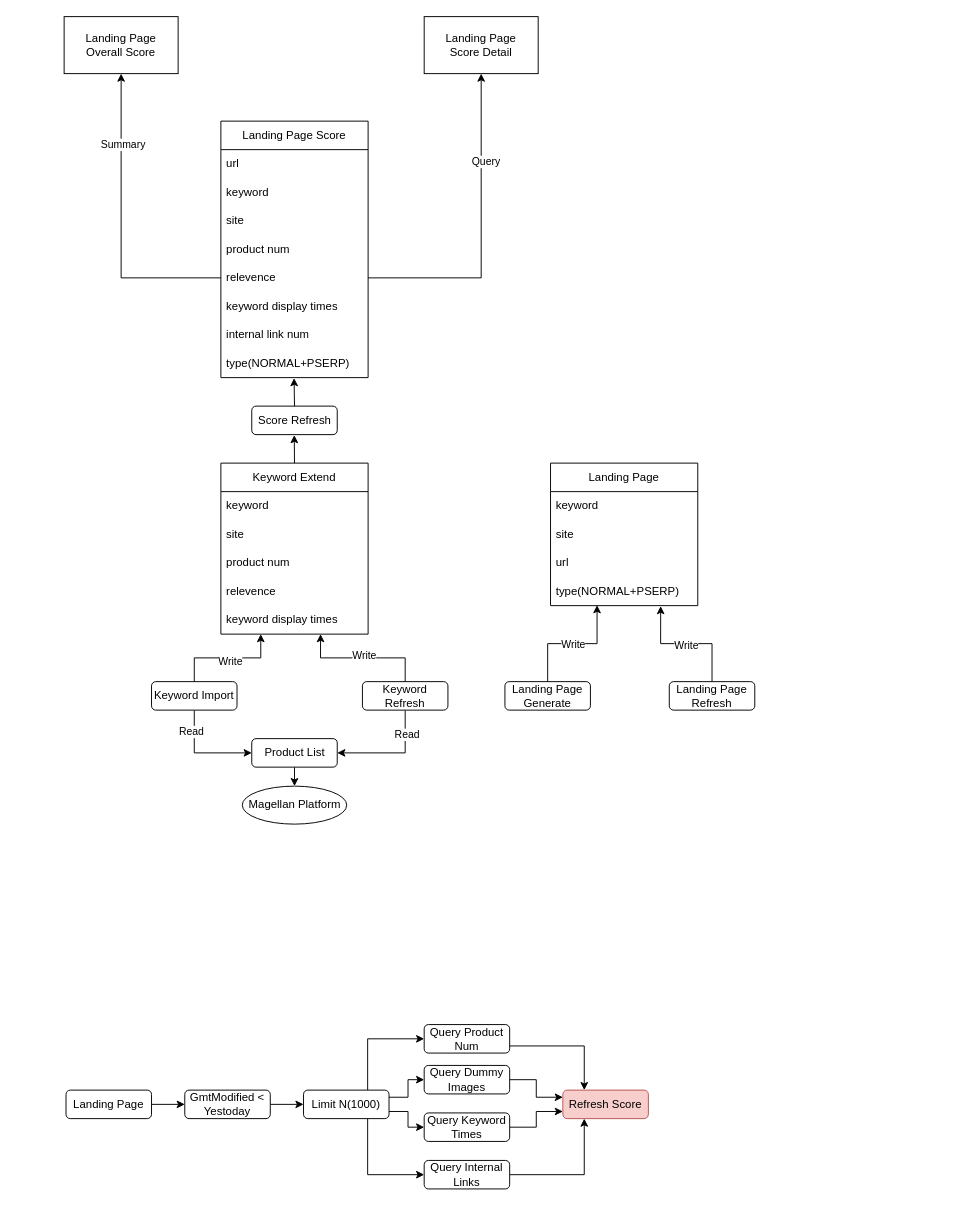
Before: drawio/page_score.drawio in VisableHarry/seo-drawio, a draw.io diagram. Source tidied: cells renumbered, new cells numbered last; positions are measured from the earlier drawing's top-left corner, leaving out a move shared by most shapes. Both pictures are drawn from the tidied source at 95%, with x=0, y=0 at pixel (64, 16).
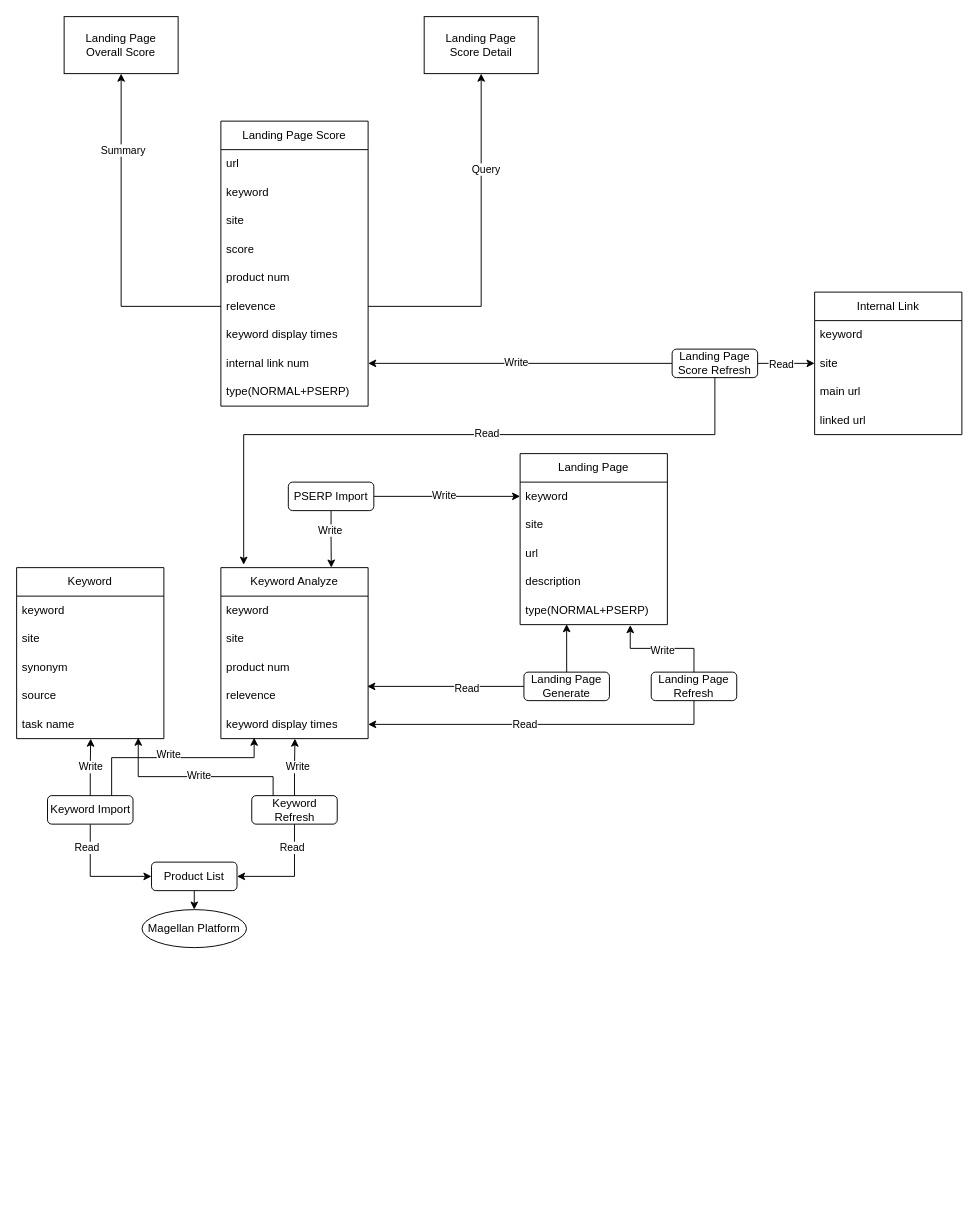
The same page after the edit.

Unchanged cells that the change refers to:
```xml
<mxCell id="45" value="relevence" style="text;strokeColor=none;fillColor=none;align=left;verticalAlign=middle;spacingLeft=4;spacingRight=4;overflow=hidden;points=[[0,0.5],[1,0.5]];portConstraint=eastwest;whiteSpace=wrap;html=1;" parent="41" vertex="1">
  <mxGeometry y="120" width="155" height="30" as="geometry" />
</mxCell>
<mxCell id="46" value="keyword display times" style="text;strokeColor=none;fillColor=none;align=left;verticalAlign=middle;spacingLeft=4;spacingRight=4;overflow=hidden;points=[[0,0.5],[1,0.5]];portConstraint=eastwest;whiteSpace=wrap;html=1;" parent="41" vertex="1">
  <mxGeometry y="150" width="155" height="30" as="geometry" />
</mxCell>
<mxCell id="51" value="keyword" style="text;strokeColor=none;fillColor=none;align=left;verticalAlign=middle;spacingLeft=4;spacingRight=4;overflow=hidden;points=[[0,0.5],[1,0.5]];portConstraint=eastwest;whiteSpace=wrap;html=1;" parent="50" vertex="1">
  <mxGeometry y="30" width="155" height="30" as="geometry" />
</mxCell>
<mxCell id="55" style="edgeStyle=orthogonalEdgeStyle;rounded=0;jettySize=auto;html=1;exitX=0.5;exitY=0;exitDx=0;exitDy=0;entryX=0.316;entryY=0.983;entryDx=0;entryDy=0;entryPerimeter=0;" parent="1" edge="1" source="57" target="54">
  <mxGeometry relative="1" as="geometry" />
</mxCell>
<mxCell id="61" style="edgeStyle=orthogonalEdgeStyle;rounded=0;jettySize=auto;html=1;exitX=0.5;exitY=1;exitDx=0;exitDy=0;entryX=1;entryY=0.5;entryDx=0;entryDy=0;" parent="1" edge="1" source="63" target="24">
  <mxGeometry relative="1" as="geometry" />
</mxCell>
```

Change to the diagram source:
```diff
@@
-    <mxCell id="2" style="edgeStyle=orthogonalEdgeStyle;rounded=0;jettySize=auto;html=1;exitX=1;exitY=0.5;exitDx=0;exitDy=0;entryX=0;entryY=0.5;entryDx=0;entryDy=0;" parent="1" edge="1" source="3" target="5">
-      <mxGeometry relative="1" as="geometry" />
-    </mxCell>
-    <mxCell id="3" value="Landing Page" style="rounded=1;whiteSpace=wrap;html=1;" parent="1" vertex="1">
-      <mxGeometry x="2" y="1130" width="90" height="30" as="geometry" />
-    </mxCell>
-    <mxCell id="4" style="edgeStyle=orthogonalEdgeStyle;rounded=0;jettySize=auto;html=1;exitX=1;exitY=0.5;exitDx=0;exitDy=0;entryX=0;entryY=0.5;entryDx=0;entryDy=0;" parent="1" edge="1" source="5" target="10">
-      <mxGeometry relative="1" as="geometry" />
-    </mxCell>
-    <mxCell id="5" value="GmtModified &amp;lt; Yestoday" style="rounded=1;whiteSpace=wrap;html=1;" parent="1" vertex="1">
-      <mxGeometry x="127" y="1130" width="90" height="30" as="geometry" />
-    </mxCell>
-    <mxCell id="6" style="edgeStyle=orthogonalEdgeStyle;rounded=0;jettySize=auto;html=1;exitX=0.75;exitY=0;exitDx=0;exitDy=0;entryX=0;entryY=0.5;entryDx=0;entryDy=0;" parent="1" edge="1" source="10" target="12">
-      <mxGeometry relative="1" as="geometry" />
-    </mxCell>
-    <mxCell id="7" style="edgeStyle=orthogonalEdgeStyle;rounded=0;jettySize=auto;html=1;exitX=1;exitY=0.25;exitDx=0;exitDy=0;entryX=0;entryY=0.5;entryDx=0;entryDy=0;" parent="1" edge="1" source="10" target="15">
-      <mxGeometry relative="1" as="geometry" />
-    </mxCell>
-    <mxCell id="8" style="edgeStyle=orthogonalEdgeStyle;rounded=0;jettySize=auto;html=1;exitX=1;exitY=0.75;exitDx=0;exitDy=0;entryX=0;entryY=0.5;entryDx=0;entryDy=0;" parent="1" edge="1" source="10" target="17">
-      <mxGeometry relative="1" as="geometry" />
-    </mxCell>
-    <mxCell id="9" style="edgeStyle=orthogonalEdgeStyle;rounded=0;jettySize=auto;html=1;exitX=0.75;exitY=1;exitDx=0;exitDy=0;entryX=0;entryY=0.5;entryDx=0;entryDy=0;" parent="1" edge="1" source="10" target="19">
-      <mxGeometry relative="1" as="geometry" />
-    </mxCell>
-    <mxCell id="10" value="Limit N(1000)" style="rounded=1;whiteSpace=wrap;html=1;" parent="1" vertex="1">
-      <mxGeometry x="252" y="1130" width="90" height="30" as="geometry" />
-    </mxCell>
-    <mxCell id="11" style="edgeStyle=orthogonalEdgeStyle;rounded=0;jettySize=auto;html=1;exitX=1;exitY=0.75;exitDx=0;exitDy=0;entryX=0.25;entryY=0;entryDx=0;entryDy=0;" parent="1" edge="1" source="12" target="13">
-      <mxGeometry relative="1" as="geometry" />
-    </mxCell>
-    <mxCell id="12" value="Query Product Num" style="rounded=1;whiteSpace=wrap;html=1;" parent="1" vertex="1">
-      <mxGeometry x="379" y="1061" width="90" height="30" as="geometry" />
-    </mxCell>
-    <mxCell id="13" value="Refresh Score" style="rounded=1;whiteSpace=wrap;html=1;fillColor=#f8cecc;strokeColor=#b85450;" parent="1" vertex="1">
-      <mxGeometry x="525" y="1130" width="90" height="30" as="geometry" />
-    </mxCell>
-    <mxCell id="14" style="edgeStyle=orthogonalEdgeStyle;rounded=0;jettySize=auto;html=1;exitX=1;exitY=0.5;exitDx=0;exitDy=0;entryX=0;entryY=0.25;entryDx=0;entryDy=0;" parent="1" edge="1" source="15" target="13">
-      <mxGeometry relative="1" as="geometry" />
-    </mxCell>
-    <mxCell id="15" value="Query Dummy Images" style="rounded=1;whiteSpace=wrap;html=1;" parent="1" vertex="1">
-      <mxGeometry x="379" y="1104" width="90" height="30" as="geometry" />
-    </mxCell>
-    <mxCell id="16" style="edgeStyle=orthogonalEdgeStyle;rounded=0;jettySize=auto;html=1;exitX=1;exitY=0.5;exitDx=0;exitDy=0;entryX=0;entryY=0.75;entryDx=0;entryDy=0;" parent="1" edge="1" source="17" target="13">
-      <mxGeometry relative="1" as="geometry" />
-    </mxCell>
-    <mxCell id="17" value="Query Keyword Times" style="rounded=1;whiteSpace=wrap;html=1;" parent="1" vertex="1">
-      <mxGeometry x="379" y="1154" width="90" height="30" as="geometry" />
-    </mxCell>
-    <mxCell id="18" style="edgeStyle=orthogonalEdgeStyle;rounded=0;jettySize=auto;html=1;exitX=1;exitY=0.5;exitDx=0;exitDy=0;entryX=0.25;entryY=1;entryDx=0;entryDy=0;" parent="1" edge="1" source="19" target="13">
-      <mxGeometry relative="1" as="geometry" />
-    </mxCell>
-    <mxCell id="19" value="Query Internal Links" style="rounded=1;whiteSpace=wrap;html=1;" parent="1" vertex="1">
-      <mxGeometry x="379" y="1204" width="90" height="30" as="geometry" />
-    </mxCell>
@@
     <mxCell id="22" value="Keyword Import" style="rounded=1;whiteSpace=wrap;html=1;" parent="1" vertex="1">
-      <mxGeometry x="92" y="700" width="90" height="30" as="geometry" />
+      <mxGeometry x="-17.5" y="820" width="90" height="30" as="geometry" />
     </mxCell>
@@
     <mxCell id="24" value="Product List" style="rounded=1;whiteSpace=wrap;html=1;" parent="1" vertex="1">
-      <mxGeometry x="197.5" y="760" width="90" height="30" as="geometry" />
+      <mxGeometry x="92" y="890" width="90" height="30" as="geometry" />
     </mxCell>
     <mxCell id="25" value="Magellan Platform" style="ellipse;whiteSpace=wrap;html=1;" parent="1" vertex="1">
-      <mxGeometry x="187.5" y="810" width="110" height="40" as="geometry" />
+      <mxGeometry x="82" y="940" width="110" height="40" as="geometry" />
     </mxCell>
@@
     <mxCell id="28" value="Landing Page Score" style="swimlane;fontStyle=0;horizontal=1;startSize=30;whiteSpace=wrap;html=1;" parent="1" vertex="1">
-      <mxGeometry x="165" y="110" width="155" height="270" as="geometry" />
+      <mxGeometry x="165" y="110" width="155" height="300" as="geometry" />
     </mxCell>
@@
+    <mxCell id="68" value="score" style="text;strokeColor=none;fillColor=none;align=left;verticalAlign=middle;spacingLeft=4;spacingRight=4;overflow=hidden;whiteSpace=wrap;html=1;" parent="28" vertex="1">
+      <mxGeometry y="120" width="155" height="30" as="geometry" />
+    </mxCell>
     <mxCell id="32" value="product num" style="text;strokeColor=none;fillColor=none;align=left;verticalAlign=middle;spacingLeft=4;spacingRight=4;overflow=hidden;whiteSpace=wrap;html=1;" parent="28" vertex="1">
-      <mxGeometry y="120" width="155" height="30" as="geometry" />
+      <mxGeometry y="150" width="155" height="30" as="geometry" />
     </mxCell>
     <mxCell id="33" value="relevence" style="text;strokeColor=none;fillColor=none;align=left;verticalAlign=middle;spacingLeft=4;spacingRight=4;overflow=hidden;points=[[0,0.5],[1,0.5]];portConstraint=eastwest;whiteSpace=wrap;html=1;" parent="28" vertex="1">
-      <mxGeometry y="150" width="155" height="30" as="geometry" />
+      <mxGeometry y="180" width="155" height="30" as="geometry" />
     </mxCell>
     <mxCell id="34" value="keyword display times" style="text;strokeColor=none;fillColor=none;align=left;verticalAlign=middle;spacingLeft=4;spacingRight=4;overflow=hidden;whiteSpace=wrap;html=1;" parent="28" vertex="1">
-      <mxGeometry y="180" width="155" height="30" as="geometry" />
+      <mxGeometry y="210" width="155" height="30" as="geometry" />
     </mxCell>
     <mxCell id="35" value="internal link num" style="text;strokeColor=none;fillColor=none;align=left;verticalAlign=middle;spacingLeft=4;spacingRight=4;overflow=hidden;points=[[0,0.5],[1,0.5]];portConstraint=eastwest;whiteSpace=wrap;html=1;" parent="28" vertex="1">
-      <mxGeometry y="210" width="155" height="30" as="geometry" />
+      <mxGeometry y="240" width="155" height="30" as="geometry" />
     </mxCell>
     <mxCell id="36" value="type(NORMAL+PSERP)" style="text;strokeColor=none;fillColor=none;align=left;verticalAlign=middle;spacingLeft=4;spacingRight=4;overflow=hidden;points=[[0,0.5],[1,0.5]];portConstraint=eastwest;whiteSpace=wrap;html=1;" parent="28" vertex="1">
-      <mxGeometry y="240" width="155" height="30" as="geometry" />
+      <mxGeometry y="270" width="155" height="30" as="geometry" />
     </mxCell>
@@
-    <mxCell id="41" value="Keyword Extend" style="swimlane;fontStyle=0;horizontal=1;startSize=30;whiteSpace=wrap;html=1;" parent="1" vertex="1">
-      <mxGeometry x="165" y="470" width="155" height="180" as="geometry" />
+    <mxCell id="41" value="Keyword Analyze" style="swimlane;fontStyle=0;horizontal=1;startSize=30;whiteSpace=wrap;html=1;" parent="1" vertex="1">
+      <mxGeometry x="165" y="580" width="155" height="180" as="geometry" />
     </mxCell>
@@
-    <mxCell id="47" style="edgeStyle=orthogonalEdgeStyle;rounded=0;jettySize=auto;html=1;exitX=0.5;exitY=0;exitDx=0;exitDy=0;entryX=0.497;entryY=1.017;entryDx=0;entryDy=0;entryPerimeter=0;" parent="1" edge="1" source="49" target="36">
-      <mxGeometry relative="1" as="geometry" />
-    </mxCell>
-    <mxCell id="48" style="edgeStyle=orthogonalEdgeStyle;rounded=0;jettySize=auto;html=1;exitX=0.5;exitY=0;exitDx=0;exitDy=0;entryX=0.497;entryY=1.017;entryDx=0;entryDy=0;entryPerimeter=0;" parent="1" edge="1" source="41" target="49">
-      <mxGeometry relative="1" as="geometry" />
-    </mxCell>
+    <mxCell id="69" style="edgeStyle=orthogonalEdgeStyle;rounded=0;jettySize=auto;html=1;exitX=0;exitY=0.5;exitDx=0;exitDy=0;entryX=1;entryY=0.5;entryDx=0;entryDy=0;" parent="1" edge="1" source="49" target="35">
+      <mxGeometry relative="1" as="geometry" />
+    </mxCell>
+    <mxCell id="70" value="Write" style="edgeLabel;html=1;align=center;verticalAlign=middle;" parent="69" vertex="1">
+      <mxGeometry x="0.03" y="-2" relative="1" as="geometry" />
+    </mxCell>
+    <mxCell id="71" style="edgeStyle=orthogonalEdgeStyle;rounded=0;jettySize=auto;html=1;exitX=1;exitY=0.5;exitDx=0;exitDy=0;" parent="1" edge="1" source="49" target="92">
+      <mxGeometry relative="1" as="geometry" />
+    </mxCell>
+    <mxCell id="72" value="Read" style="edgeLabel;html=1;align=center;verticalAlign=middle;" parent="71" vertex="1">
+      <mxGeometry x="-0.2" y="1" relative="1" as="geometry">
+        <mxPoint y="1" as="offset" />
+      </mxGeometry>
+    </mxCell>
-    <mxCell id="49" value="Score Refresh" style="rounded=1;whiteSpace=wrap;html=1;" parent="1" vertex="1">
-      <mxGeometry x="197.5" y="410" width="90" height="30" as="geometry" />
+    <mxCell id="49" value="Landing Page Score Refresh" style="rounded=1;whiteSpace=wrap;html=1;" parent="1" vertex="1">
+      <mxGeometry x="640" y="350" width="90" height="30" as="geometry" />
     </mxCell>
     <mxCell id="50" value="Landing Page" style="swimlane;fontStyle=0;horizontal=1;startSize=30;whiteSpace=wrap;html=1;" parent="1" vertex="1">
-      <mxGeometry x="512" y="470" width="155" height="150" as="geometry" />
+      <mxGeometry x="480" y="460" width="155" height="180" as="geometry" />
     </mxCell>
@@
+    <mxCell id="73" value="description" style="text;strokeColor=none;fillColor=none;align=left;verticalAlign=middle;spacingLeft=4;spacingRight=4;overflow=hidden;whiteSpace=wrap;html=1;" parent="50" vertex="1">
+      <mxGeometry y="120" width="155" height="30" as="geometry" />
+    </mxCell>
     <mxCell id="54" value="type(NORMAL+PSERP)" style="text;strokeColor=none;fillColor=none;align=left;verticalAlign=middle;spacingLeft=4;spacingRight=4;overflow=hidden;points=[[0,0.5],[1,0.5]];portConstraint=eastwest;whiteSpace=wrap;html=1;" parent="50" vertex="1">
-      <mxGeometry y="120" width="155" height="30" as="geometry" />
+      <mxGeometry y="150" width="155" height="30" as="geometry" />
     </mxCell>
@@
-    <mxCell id="56" value="Write" style="edgeLabel;html=1;align=center;verticalAlign=middle;" parent="55" vertex="1">
-      <mxGeometry y="1" relative="1" as="geometry">
-        <mxPoint y="1" as="offset" />
-      </mxGeometry>
-    </mxCell>
+    <mxCell id="74" style="edgeStyle=orthogonalEdgeStyle;rounded=0;jettySize=auto;html=1;exitX=0;exitY=0.5;exitDx=0;exitDy=0;entryX=0.994;entryY=0.167;entryDx=0;entryDy=0;entryPerimeter=0;" parent="1" edge="1" source="57" target="45">
+      <mxGeometry relative="1" as="geometry" />
+    </mxCell>
+    <mxCell id="75" value="Read" style="edgeLabel;html=1;align=center;verticalAlign=middle;" parent="74" vertex="1">
+      <mxGeometry x="-0.26" y="1" relative="1" as="geometry" />
+    </mxCell>
     <mxCell id="57" value="Landing Page Generate" style="rounded=1;whiteSpace=wrap;html=1;" parent="1" vertex="1">
-      <mxGeometry x="464" y="700" width="90" height="30" as="geometry" />
+      <mxGeometry x="484" y="690" width="90" height="30" as="geometry" />
     </mxCell>
+    <mxCell id="76" style="edgeStyle=orthogonalEdgeStyle;rounded=0;jettySize=auto;html=1;exitX=0.5;exitY=1;exitDx=0;exitDy=0;entryX=1;entryY=0.5;entryDx=0;entryDy=0;" parent="1" edge="1" source="58" target="46">
+      <mxGeometry relative="1" as="geometry" />
+    </mxCell>
+    <mxCell id="77" value="Read" style="edgeLabel;html=1;align=center;verticalAlign=middle;" parent="76" vertex="1">
+      <mxGeometry x="0.11" y="-1" relative="1" as="geometry" />
+    </mxCell>
     <mxCell id="58" value="Landing Page Refresh" style="rounded=1;whiteSpace=wrap;html=1;" parent="1" vertex="1">
-      <mxGeometry x="637" y="700" width="90" height="30" as="geometry" />
+      <mxGeometry x="618" y="690" width="90" height="30" as="geometry" />
     </mxCell>
@@
-    <mxCell id="62" value="Read" style="edgeLabel;html=1;align=center;verticalAlign=middle;" parent="61" vertex="1">
-      <mxGeometry x="-0.57" y="1" relative="1" as="geometry" />
-    </mxCell>
+    <mxCell id="78" value="Read" style="edgeLabel;html=1;align=center;verticalAlign=middle;" parent="61" vertex="1">
+      <mxGeometry x="-0.58" y="-3" relative="1" as="geometry" />
+    </mxCell>
     <mxCell id="63" value="Keyword Refresh" style="rounded=1;whiteSpace=wrap;html=1;" parent="1" vertex="1">
-      <mxGeometry x="314" y="700" width="90" height="30" as="geometry" />
+      <mxGeometry x="197.5" y="820" width="90" height="30" as="geometry" />
     </mxCell>
+    <mxCell id="79" value="Keyword" style="swimlane;fontStyle=0;horizontal=1;startSize=30;whiteSpace=wrap;html=1;" parent="1" vertex="1">
+      <mxGeometry x="-50" y="580" width="155" height="180" as="geometry" />
+    </mxCell>
+    <mxCell id="80" value="keyword" style="text;strokeColor=none;fillColor=none;align=left;verticalAlign=middle;spacingLeft=4;spacingRight=4;overflow=hidden;whiteSpace=wrap;html=1;" parent="79" vertex="1">
+      <mxGeometry y="30" width="155" height="30" as="geometry" />
+    </mxCell>
+    <mxCell id="81" value="site" style="text;strokeColor=none;fillColor=none;align=left;verticalAlign=middle;spacingLeft=4;spacingRight=4;overflow=hidden;whiteSpace=wrap;html=1;" parent="79" vertex="1">
+      <mxGeometry y="60" width="155" height="30" as="geometry" />
+    </mxCell>
+    <mxCell id="82" value="synonym" style="text;strokeColor=none;fillColor=none;align=left;verticalAlign=middle;spacingLeft=4;spacingRight=4;overflow=hidden;whiteSpace=wrap;html=1;" parent="79" vertex="1">
+      <mxGeometry y="90" width="155" height="30" as="geometry" />
+    </mxCell>
+    <mxCell id="83" value="source" style="text;strokeColor=none;fillColor=none;align=left;verticalAlign=middle;spacingLeft=4;spacingRight=4;overflow=hidden;whiteSpace=wrap;html=1;" parent="79" vertex="1">
+      <mxGeometry y="120" width="155" height="30" as="geometry" />
+    </mxCell>
+    <mxCell id="84" value="task name" style="text;strokeColor=none;fillColor=none;align=left;verticalAlign=middle;spacingLeft=4;spacingRight=4;overflow=hidden;points=[[0,0.5],[1,0.5]];portConstraint=eastwest;whiteSpace=wrap;html=1;" parent="79" vertex="1">
+      <mxGeometry y="150" width="155" height="30" as="geometry" />
+    </mxCell>
+    <mxCell id="66" style="edgeStyle=orthogonalEdgeStyle;rounded=0;jettySize=auto;html=1;exitX=0.5;exitY=0;exitDx=0;exitDy=0;entryX=0.503;entryY=1;entryDx=0;entryDy=0;entryPerimeter=0;" parent="1" edge="1" source="63" target="46">
+      <mxGeometry relative="1" as="geometry" />
+    </mxCell>
+    <mxCell id="85" value="Write" style="edgeLabel;html=1;align=center;verticalAlign=middle;" parent="66" vertex="1">
+      <mxGeometry x="0.04" y="-3" relative="1" as="geometry" />
+    </mxCell>
+    <mxCell id="86" value="Write" style="edgeStyle=orthogonalEdgeStyle;rounded=0;jettySize=auto;html=1;exitX=0.5;exitY=0;exitDx=0;exitDy=0;entryX=0.503;entryY=1;entryDx=0;entryDy=0;entryPerimeter=0;" parent="1" edge="1" source="22" target="84">
+      <mxGeometry relative="1" as="geometry" />
+    </mxCell>
-    <mxCell id="64" style="edgeStyle=orthogonalEdgeStyle;rounded=0;jettySize=auto;html=1;exitX=0.5;exitY=0;exitDx=0;exitDy=0;entryX=0.271;entryY=1;entryDx=0;entryDy=0;entryPerimeter=0;" parent="1" edge="1" source="22" target="46">
-      <mxGeometry relative="1" as="geometry" />
+    <mxCell id="64" style="edgeStyle=orthogonalEdgeStyle;rounded=0;jettySize=auto;html=1;exitX=0.75;exitY=0;exitDx=0;exitDy=0;entryX=0.226;entryY=0.967;entryDx=0;entryDy=0;entryPerimeter=0;" parent="1" edge="1" source="22" target="46">
+      <mxGeometry relative="1" as="geometry">
+        <Array as="points">
+          <mxPoint x="50" y="780" />
+          <mxPoint x="200" y="780" />
+        </Array>
+      </mxGeometry>
     </mxCell>
-    <mxCell id="65" value="Write" style="edgeLabel;html=1;align=center;verticalAlign=middle;" parent="64" vertex="1">
-      <mxGeometry x="0.03" y="-3" relative="1" as="geometry" />
-    </mxCell>
-    <mxCell id="66" style="edgeStyle=orthogonalEdgeStyle;rounded=0;jettySize=auto;html=1;exitX=0.5;exitY=0;exitDx=0;exitDy=0;entryX=0.677;entryY=1;entryDx=0;entryDy=0;entryPerimeter=0;" parent="1" edge="1" source="63" target="46">
-      <mxGeometry relative="1" as="geometry" />
-    </mxCell>
-    <mxCell id="67" value="Write" style="edgeLabel;html=1;align=center;verticalAlign=middle;" parent="66" vertex="1">
-      <mxGeometry x="-0.01" y="-3" relative="1" as="geometry" />
-    </mxCell>
+    <mxCell id="87" value="Write" style="edgeLabel;html=1;align=center;verticalAlign=middle;" parent="64" vertex="1">
+      <mxGeometry x="-0.06" y="4" relative="1" as="geometry" />
+    </mxCell>
+    <mxCell id="88" style="edgeStyle=orthogonalEdgeStyle;rounded=0;jettySize=auto;html=1;exitX=0.25;exitY=0;exitDx=0;exitDy=0;entryX=0.826;entryY=0.967;entryDx=0;entryDy=0;entryPerimeter=0;" parent="1" edge="1" source="63" target="84">
+      <mxGeometry relative="1" as="geometry">
+        <Array as="points">
+          <mxPoint x="220" y="800" />
+          <mxPoint x="78" y="800" />
+        </Array>
+      </mxGeometry>
+    </mxCell>
+    <mxCell id="89" value="Write" style="edgeLabel;html=1;align=center;verticalAlign=middle;" parent="88" vertex="1">
+      <mxGeometry x="-0.02" y="-2" relative="1" as="geometry" />
+    </mxCell>
+    <mxCell id="90" value="Internal Link" style="swimlane;fontStyle=0;horizontal=1;startSize=30;whiteSpace=wrap;html=1;" parent="1" vertex="1">
+      <mxGeometry x="790" y="290" width="155" height="150" as="geometry" />
+    </mxCell>
+    <mxCell id="91" value="keyword" style="text;strokeColor=none;fillColor=none;align=left;verticalAlign=middle;spacingLeft=4;spacingRight=4;overflow=hidden;whiteSpace=wrap;html=1;" parent="90" vertex="1">
+      <mxGeometry y="30" width="155" height="30" as="geometry" />
+    </mxCell>
+    <mxCell id="92" value="site" style="text;strokeColor=none;fillColor=none;align=left;verticalAlign=middle;spacingLeft=4;spacingRight=4;overflow=hidden;points=[[0,0.5],[1,0.5]];portConstraint=eastwest;whiteSpace=wrap;html=1;" parent="90" vertex="1">
+      <mxGeometry y="60" width="155" height="30" as="geometry" />
+    </mxCell>
+    <mxCell id="93" value="main url" style="text;strokeColor=none;fillColor=none;align=left;verticalAlign=middle;spacingLeft=4;spacingRight=4;overflow=hidden;whiteSpace=wrap;html=1;" parent="90" vertex="1">
+      <mxGeometry y="90" width="155" height="30" as="geometry" />
+    </mxCell>
+    <mxCell id="94" value="linked url" style="text;strokeColor=none;fillColor=none;align=left;verticalAlign=middle;spacingLeft=4;spacingRight=4;overflow=hidden;whiteSpace=wrap;html=1;" parent="90" vertex="1">
+      <mxGeometry y="120" width="155" height="30" as="geometry" />
+    </mxCell>
+    <mxCell id="95" style="edgeStyle=orthogonalEdgeStyle;rounded=0;jettySize=auto;html=1;exitX=1;exitY=0.5;exitDx=0;exitDy=0;entryX=0;entryY=0.5;entryDx=0;entryDy=0;" parent="1" edge="1" source="99" target="51">
+      <mxGeometry relative="1" as="geometry" />
+    </mxCell>
+    <mxCell id="96" value="Write" style="edgeLabel;html=1;align=center;verticalAlign=middle;" parent="95" vertex="1">
+      <mxGeometry x="-0.05" y="3" relative="1" as="geometry">
+        <mxPoint y="1" as="offset" />
+      </mxGeometry>
+    </mxCell>
+    <mxCell id="97" style="edgeStyle=orthogonalEdgeStyle;rounded=0;jettySize=auto;html=1;exitX=0.5;exitY=1;exitDx=0;exitDy=0;entryX=0.75;entryY=0;entryDx=0;entryDy=0;" parent="1" edge="1" source="99" target="41">
+      <mxGeometry relative="1" as="geometry" />
+    </mxCell>
+    <mxCell id="98" value="Write" style="edgeLabel;html=1;align=center;verticalAlign=middle;" parent="97" vertex="1">
+      <mxGeometry x="-0.34" y="-2" relative="1" as="geometry" />
+    </mxCell>
+    <mxCell id="99" value="PSERP Import" style="rounded=1;whiteSpace=wrap;html=1;" parent="1" vertex="1">
+      <mxGeometry x="236" y="490" width="90" height="30" as="geometry" />
+    </mxCell>
+    <mxCell id="100" style="edgeStyle=orthogonalEdgeStyle;rounded=0;jettySize=auto;html=1;exitX=0.5;exitY=1;exitDx=0;exitDy=0;entryX=0.155;entryY=-0.017;entryDx=0;entryDy=0;entryPerimeter=0;" parent="1" edge="1" source="49" target="41">
+      <mxGeometry relative="1" as="geometry">
+        <Array as="points">
+          <mxPoint x="685" y="440" />
+          <mxPoint x="189" y="440" />
+        </Array>
+      </mxGeometry>
+    </mxCell>
+    <mxCell id="101" value="Read" style="edgeLabel;html=1;align=center;verticalAlign=middle;" parent="100" vertex="1">
+      <mxGeometry x="-0.13" y="-4" relative="1" as="geometry">
+        <mxPoint y="2" as="offset" />
+      </mxGeometry>
+    </mxCell>
```
